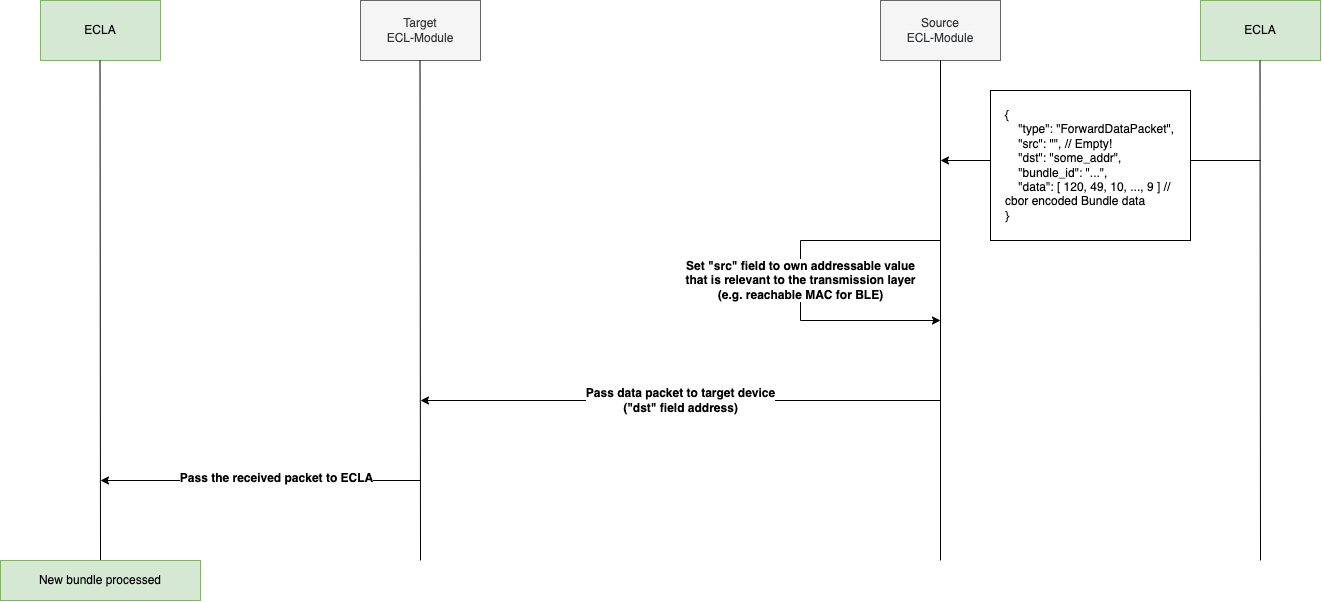
The draw.io diagram doc/graphics/ecla_beacon.drawio.png in dtn7/dtn7-rs, before a commit. Source tidied: cells renumbered, new cells last; positions are measured from the earlier drawing's top-left corner, leaving out a move shared by most shapes.
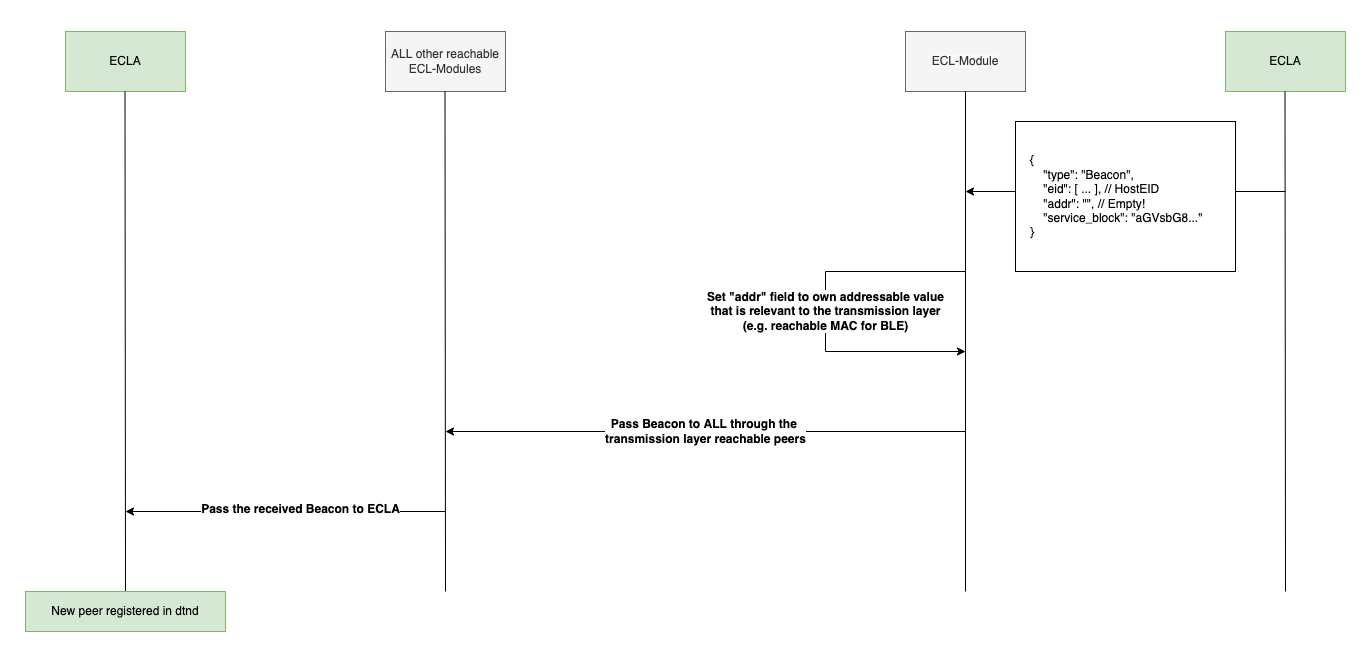
Above is the later version.

What changed in the source:
```diff
@@ -2,10 +2,10 @@
   <root>
     <mxCell id="0" />
     <mxCell id="1" parent="0" />
-    <mxCell id="2" value="Target&lt;br&gt;ECL-Module" style="rounded=0;whiteSpace=wrap;html=1;fillColor=#f5f5f5;fontColor=#333333;strokeColor=#666666;" parent="1" vertex="1">
+    <mxCell id="2" value="ALL other reachable&lt;br&gt;&lt;span style=&quot;color: rgb(51 , 51 , 51) ; font-family: &amp;#34;helvetica&amp;#34; ; font-size: 12px ; font-style: normal ; font-weight: 400 ; letter-spacing: normal ; text-align: center ; text-indent: 0px ; text-transform: none ; word-spacing: 0px ; background-color: rgb(248 , 249 , 250) ; display: inline ; float: none&quot;&gt;ECL-Modules&lt;/span&gt;" style="rounded=0;whiteSpace=wrap;html=1;fillColor=#f5f5f5;fontColor=#333333;strokeColor=#666666;" parent="1" vertex="1">
       <mxGeometry x="360" width="120" height="60" as="geometry" />
     </mxCell>
-    <mxCell id="3" value="Source&lt;br&gt;&lt;span style=&quot;color: rgb(51 , 51 , 51) ; font-family: &amp;#34;helvetica&amp;#34; ; font-size: 12px ; font-style: normal ; font-weight: 400 ; letter-spacing: normal ; text-align: center ; text-indent: 0px ; text-transform: none ; word-spacing: 0px ; background-color: rgb(248 , 249 , 250) ; display: inline ; float: none&quot;&gt;ECL-Module&lt;/span&gt;" style="rounded=0;whiteSpace=wrap;html=1;fillColor=#f5f5f5;fontColor=#333333;strokeColor=#666666;" parent="1" vertex="1">
+    <mxCell id="3" value="&#10;&#10;&lt;span style=&quot;color: rgb(51, 51, 51); font-family: helvetica; font-size: 12px; font-style: normal; font-weight: 400; letter-spacing: normal; text-align: center; text-indent: 0px; text-transform: none; word-spacing: 0px; background-color: rgb(248, 249, 250); display: inline; float: none;&quot;&gt;ECL-Module&lt;/span&gt;&#10;&#10;" style="rounded=0;whiteSpace=wrap;html=1;fillColor=#f5f5f5;fontColor=#333333;strokeColor=#666666;" parent="1" vertex="1">
       <mxGeometry x="880" width="120" height="60" as="geometry" />
     </mxCell>
     <mxCell id="4" value="ECLA" style="rounded=0;whiteSpace=wrap;html=1;fillColor=#d5e8d4;strokeColor=#82b366;" parent="1" vertex="1">
@@ -44,10 +44,10 @@
         <mxPoint x="940" y="160" as="targetPoint" />
       </mxGeometry>
     </mxCell>
-    <mxCell id="11" value="{&lt;br style=&quot;font-size: 12px&quot;&gt;&amp;nbsp; &amp;nbsp; &quot;type&quot;: &quot;ForwardDataPacket&quot;,&lt;br style=&quot;font-size: 12px&quot;&gt;&amp;nbsp; &amp;nbsp; &quot;src&quot;: &quot;&quot;,&amp;nbsp;// Empty!&lt;br style=&quot;font-size: 12px&quot;&gt;&amp;nbsp; &amp;nbsp; &quot;dst&quot;: &quot;some_addr&quot;,&lt;br&gt;&amp;nbsp; &amp;nbsp; &quot;bundle_id&quot;: &quot;...&quot;,&amp;nbsp;&lt;br style=&quot;font-size: 12px&quot;&gt;&amp;nbsp; &amp;nbsp; &quot;data&quot;: [ 120, 49, 10, ..., 9 ] // cbor encoded Bundle data&lt;br style=&quot;font-size: 12px&quot;&gt;}" style="rounded=0;whiteSpace=wrap;html=1;labelBackgroundColor=none;labelBorderColor=none;fontSize=12;strokeColor=default;fillColor=default;gradientColor=none;align=left;verticalAlign=middle;spacing=15;" parent="1" vertex="1">
-      <mxGeometry x="990" y="90" width="200" height="150" as="geometry" />
+    <mxCell id="11" value="{&lt;br style=&quot;font-size: 12px&quot;&gt;&amp;nbsp; &amp;nbsp; &quot;type&quot;: &quot;Beacon&quot;,&lt;br style=&quot;font-size: 12px&quot;&gt;&amp;nbsp; &amp;nbsp; &quot;eid&quot;: [ ... ], // HostEID&lt;br style=&quot;font-size: 12px&quot;&gt;&amp;nbsp; &amp;nbsp; &quot;addr&quot;: &quot;&quot;, // Empty!&lt;br style=&quot;font-size: 12px&quot;&gt;&amp;nbsp; &amp;nbsp; &quot;service_block&quot;: &quot;aGVsbG8...&quot;&lt;br style=&quot;font-size: 12px&quot;&gt;}" style="rounded=0;whiteSpace=wrap;html=1;labelBackgroundColor=none;labelBorderColor=none;fontSize=12;strokeColor=default;fillColor=default;gradientColor=none;align=left;verticalAlign=middle;spacing=15;" parent="1" vertex="1">
+      <mxGeometry x="990" y="90" width="220" height="150" as="geometry" />
     </mxCell>
-    <mxCell id="12" value="Set &quot;src&quot; field to own addressable value&lt;br&gt;that is relevant to the transmission layer&lt;br&gt;(e.g. reachable MAC for BLE)" style="endArrow=classic;html=1;rounded=0;fontSize=12;fontStyle=1;" parent="1" edge="1">
+    <mxCell id="12" value="Set &quot;addr&quot; field to own addressable value&lt;br&gt;that is relevant to the transmission layer&lt;br&gt;(e.g. reachable MAC for BLE)" style="endArrow=classic;html=1;rounded=0;fontSize=12;fontStyle=1;" parent="1" edge="1">
       <mxGeometry relative="1" as="geometry">
         <mxPoint x="940" y="240" as="sourcePoint" />
         <mxPoint x="940" y="320" as="targetPoint" />
@@ -57,7 +57,7 @@
         </Array>
       </mxGeometry>
     </mxCell>
-    <mxCell id="13" value="Pass data packet to target device&lt;br&gt;(&quot;dst&quot; field address)" style="endArrow=classic;html=1;rounded=0;fontSize=12;fontStyle=1;spacing=2;" parent="1" edge="1">
+    <mxCell id="13" value="&lt;font style=&quot;font-size: 12px&quot;&gt;Pass Beacon to ALL through the &lt;br&gt;transmission layer reachable peers&lt;/font&gt;" style="endArrow=classic;html=1;rounded=0;fontSize=12;fontStyle=1;spacing=2;" parent="1" edge="1">
       <mxGeometry relative="1" as="geometry">
         <mxPoint x="940" y="400" as="sourcePoint" />
         <mxPoint x="420" y="400" as="targetPoint" />
@@ -69,10 +69,10 @@
         <mxPoint x="100" y="480" as="targetPoint" />
       </mxGeometry>
     </mxCell>
-    <mxCell id="15" value="Pass the received packet to ECLA" style="edgeLabel;html=1;align=center;verticalAlign=middle;fontSize=12;fontStyle=1;" parent="14" vertex="1">
+    <mxCell id="15" value="Pass the received Beacon to ECLA" style="edgeLabel;html=1;align=center;verticalAlign=middle;fontSize=12;fontStyle=1;" parent="14" vertex="1">
       <mxGeometry x="-0.09" y="-3" relative="1" as="geometry" />
     </mxCell>
-    <mxCell id="16" value="New bundle processed" style="rounded=0;whiteSpace=wrap;html=1;labelBackgroundColor=none;labelBorderColor=none;fontSize=12;strokeColor=#82b366;fillColor=#d5e8d4;align=center;verticalAlign=middle;" parent="1" vertex="1">
+    <mxCell id="16" value="New peer registered in dtnd" style="rounded=0;whiteSpace=wrap;html=1;labelBackgroundColor=none;labelBorderColor=none;fontSize=12;strokeColor=#82b366;fillColor=#d5e8d4;align=center;verticalAlign=middle;" parent="1" vertex="1">
       <mxGeometry y="560" width="200" height="40" as="geometry" />
     </mxCell>
   </root>
```
